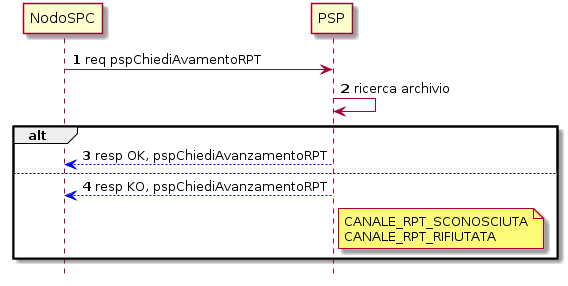
The PlantUML diagram _docs/media_FunzioniStrategieRecupero/media/image12.png in pagopa-archive/pagopa-specifichepagamenti-docs, before a commit.
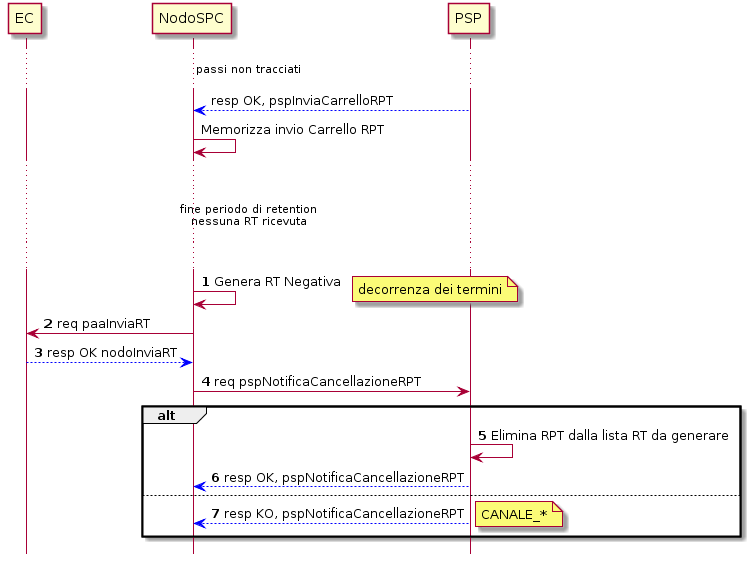
Above is the later version.

The edit, as a diff of the source:
```diff
@@ -1,17 +1,33 @@
 @startuml
 hide footbox
-autonumber
 
-
+...passi non tracciati...
+participant EC
 participant NodoSPC
 participant PSP
 
-NodoSPC -> PSP : req pspChiediAvamentoRPT
-PSP -> PSP : ricerca archivio
+
+PSP  -[#0000FF]-> NodoSPC: resp OK, pspInviaCarrelloRPT
+NodoSPC ->NodoSPC: Memorizza invio Carrello RPT
+...
+...fine periodo di retention\nnessuna RT ricevuta...
+...
+
+autonumber 1
+NodoSPC ->NodoSPC: Genera RT Negativa
+note right: decorrenza dei termini
+NodoSPC -> EC: req paaInviaRT
+EC -[#0000FF]-> NodoSPC: resp OK nodoInviaRT
+
+
+NodoSPC ->PSP: req pspNotificaCancellazioneRPT
 alt
-PSP -[#0000FF]-> NodoSPC : resp OK, pspChiediAvanzamentoRPT
+PSP -> PSP: Elimina RPT dalla lista RT da generare
+
+PSP  -[#0000FF]-> NodoSPC : resp OK, pspNotificaCancellazioneRPT
 else
-PSP  -[#0000FF]-> NodoSPC : resp KO, pspChiediAvanzamentoRPT
-note right PSP : CANALE_RPT_SCONOSCIUTA\nCANALE_RPT_RIFIUTATA
+PSP  -[#0000FF]-> NodoSPC : resp KO, pspNotificaCancellazioneRPT
+note right: CANALE_*
+
 end
 @enduml
```
